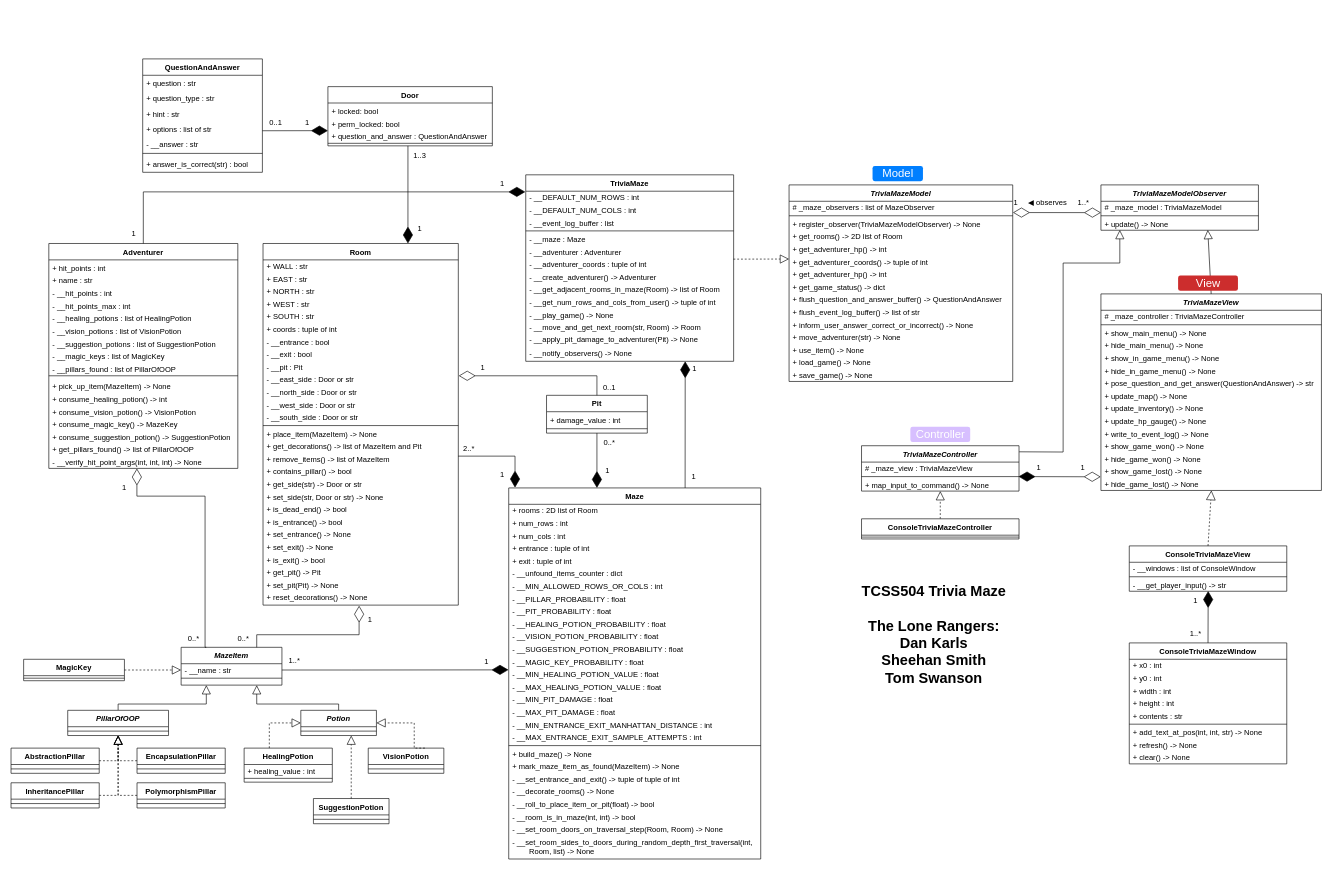
Earlier version of the draw.io diagram doc/UML.drawio (dskarls/TCSS504-Trivia-Maze). Source tidied: cells renumbered, new cells numbered last; positions are measured from the earlier drawing's top-left corner, leaving out a move shared by most shapes. Both pictures are drawn from the tidied source at 63%, with x=0, y=0 at pixel (11, 59).
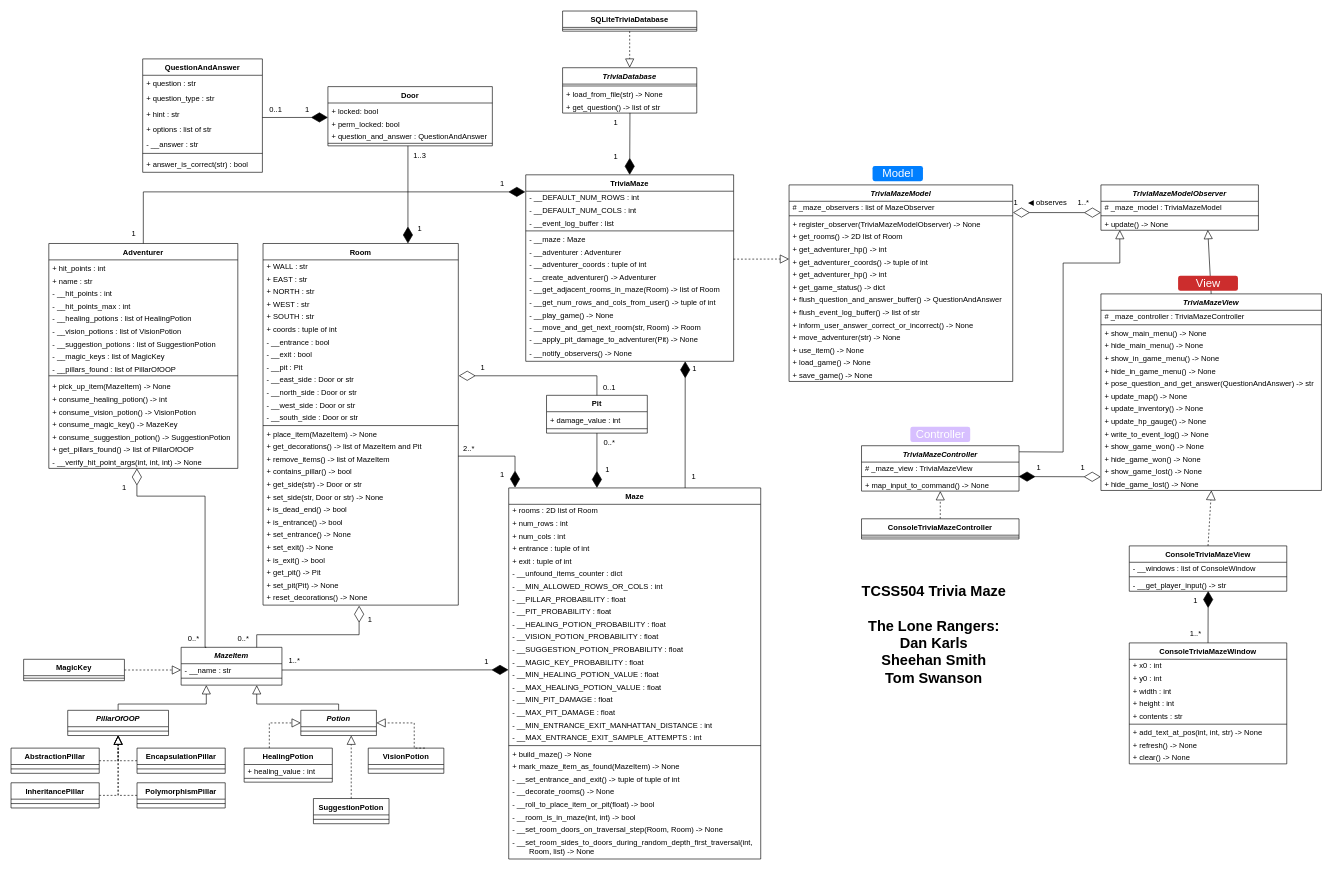
The same diagram, later.

Commit message:
DOC: Add database classes to UML

The change refers to these unchanged cells:
```xml
<mxCell id="115" value="TriviaMaze" style="swimlane;fontStyle=1;align=center;verticalAlign=top;horizontal=1;startSize=26;" parent="1" vertex="1">
  <mxGeometry x="817" y="184" width="330" height="296" as="geometry" />
</mxCell>
<mxCell id="150" value="+ options : list of str" style="text;strokeColor=none;fillColor=none;align=left;verticalAlign=top;spacingLeft=4;spacingRight=4;overflow=hidden;points=[[0,0.5],[1,0.5]];portConstraint=eastwest;" parent="146" vertex="1">
  <mxGeometry y="98" width="190" height="24" as="geometry" />
</mxCell>
<mxCell id="163" value="+ question_and_answer : QuestionAndAnswer" style="text;strokeColor=none;fillColor=none;align=left;verticalAlign=top;spacingLeft=4;spacingRight=4;overflow=hidden;points=[[0,0.5],[1,0.5]];portConstraint=eastwest;" parent="160" vertex="1">
  <mxGeometry y="66" width="261" height="20" as="geometry" />
</mxCell>
```

Diff of the diagram source:
```diff
@@
-    <mxCell id="166" style="endArrow=diamondThin;endFill=1;endSize=24;html=1;rounded=0;fontFamily=Courier New;fontSize=12;targetPerimeterSpacing=0;startSize=6;entryX=0;entryY=0.195;entryDx=0;entryDy=0;entryPerimeter=0;exitX=1;exitY=0.668;exitDx=0;exitDy=0;exitPerimeter=0;" parent="1" edge="1" source="150" target="163">
-      <mxGeometry relative="1" as="geometry" />
+    <mxCell id="166" style="endArrow=diamondThin;endFill=1;endSize=24;html=1;rounded=0;fontFamily=Courier New;fontSize=12;targetPerimeterSpacing=0;startSize=6;entryX=0;entryY=0.195;entryDx=0;entryDy=0;entryPerimeter=0;exitX=1;exitY=0.668;exitDx=0;exitDy=0;exitPerimeter=0;" parent="1" edge="1">
+      <mxGeometry relative="1" as="geometry">
+        <mxPoint x="399" y="93" as="sourcePoint" />
+        <mxPoint x="503" y="92.9" as="targetPoint" />
+      </mxGeometry>
     </mxCell>
@@
     <mxCell id="168" value="1" style="text;html=1;strokeColor=none;fillColor=none;align=center;verticalAlign=middle;whiteSpace=wrap;rounded=0;fontStyle=0;" parent="1" vertex="1">
-      <mxGeometry x="457" y="86" width="27" height="30" as="geometry" />
+      <mxGeometry x="457" y="65" width="27" height="30" as="geometry" />
     </mxCell>
     <mxCell id="169" value="0..1" style="text;html=1;strokeColor=none;fillColor=none;align=center;verticalAlign=middle;whiteSpace=wrap;rounded=0;fontStyle=0;" parent="1" vertex="1">
-      <mxGeometry x="404" y="87" width="33" height="30" as="geometry" />
+      <mxGeometry x="404" y="66" width="33" height="30" as="geometry" />
     </mxCell>
@@
     <mxCell id="189" value="1" style="text;html=1;strokeColor=none;fillColor=none;align=center;verticalAlign=middle;whiteSpace=wrap;rounded=0;fontStyle=0;" parent="1" vertex="1">
-      <mxGeometry x="750" y="184" width="60" height="30" as="geometry" />
+      <mxGeometry x="760" y="184" width="40" height="30" as="geometry" />
     </mxCell>
@@
+    <mxCell id="248" value="TriviaDatabase" style="swimlane;fontStyle=3;align=center;verticalAlign=top;horizontal=1;startSize=26;fontFamily=Helvetica;fontSize=12;" parent="1" vertex="1">
+      <mxGeometry x="875.5" y="14" width="213" height="72" as="geometry" />
+    </mxCell>
+    <mxCell id="249" style="line;strokeWidth=1;fillColor=none;align=left;verticalAlign=middle;spacingTop=2;spacingLeft=3;spacingRight=3;labelPosition=right;strokeColor=inherit;fontFamily=Courier New;fontSize=12;" parent="248" vertex="1">
+      <mxGeometry y="26" width="213" height="6" as="geometry" />
+    </mxCell>
+    <mxCell id="250" value="+ load_from_file(str) -&gt; None" style="text;strokeColor=none;fillColor=none;align=left;verticalAlign=middle;spacingLeft=4;spacingRight=4;overflow=hidden;" parent="248" vertex="1">
+      <mxGeometry y="32" width="213" height="20" as="geometry" />
+    </mxCell>
+    <mxCell id="251" value="+ get_question() -&gt; list of str" style="text;strokeColor=none;fillColor=none;align=left;verticalAlign=middle;spacingLeft=4;spacingRight=4;overflow=hidden;points=[[0,0.5],[1,0.5]];portConstraint=eastwest;" parent="248" vertex="1">
+      <mxGeometry y="52" width="213" height="20" as="geometry" />
+    </mxCell>
+    <mxCell id="252" value="SQLiteTriviaDatabase" style="swimlane;fontStyle=1;align=center;verticalAlign=top;horizontal=1;startSize=26;fontFamily=Helvetica;fontSize=12;" parent="1" vertex="1">
+      <mxGeometry x="875.5" y="-76" width="213" height="32" as="geometry" />
+    </mxCell>
+    <mxCell id="253" style="line;strokeWidth=1;fillColor=none;align=left;verticalAlign=middle;spacingTop=2;spacingLeft=3;spacingRight=3;labelPosition=right;strokeColor=inherit;fontFamily=Courier New;fontSize=12;" parent="252" vertex="1">
+      <mxGeometry y="26" width="213" height="6" as="geometry" />
+    </mxCell>
+    <mxCell id="254" style="endArrow=block;dashed=1;endFill=0;endSize=12;html=1;rounded=0;targetPerimeterSpacing=0;exitX=0.5;exitY=1;exitDx=0;exitDy=0;entryX=0.5;entryY=0;entryDx=0;entryDy=0;" parent="1" edge="1" source="252" target="248">
+      <mxGeometry relative="1" as="geometry" />
+    </mxCell>
+    <mxCell id="255" style="endArrow=diamondThin;endFill=1;endSize=24;html=1;rounded=0;fontFamily=Courier New;fontSize=12;targetPerimeterSpacing=0;entryX=0.5;entryY=0;entryDx=0;entryDy=0;exitX=0.502;exitY=0.987;exitDx=0;exitDy=0;exitPerimeter=0;" parent="1" edge="1" source="251" target="115">
+      <mxGeometry relative="1" as="geometry" />
+    </mxCell>
+    <mxCell id="256" value="1" style="text;html=1;strokeColor=none;fillColor=none;align=center;verticalAlign=middle;whiteSpace=wrap;rounded=0;fontStyle=0;" parent="1" vertex="1">
+      <mxGeometry x="940" y="140" width="40" height="30" as="geometry" />
+    </mxCell>
+    <mxCell id="257" value="1" style="text;html=1;strokeColor=none;fillColor=none;align=center;verticalAlign=middle;whiteSpace=wrap;rounded=0;fontStyle=0;" parent="1" vertex="1">
+      <mxGeometry x="940" y="86" width="40" height="30" as="geometry" />
+    </mxCell>
```
